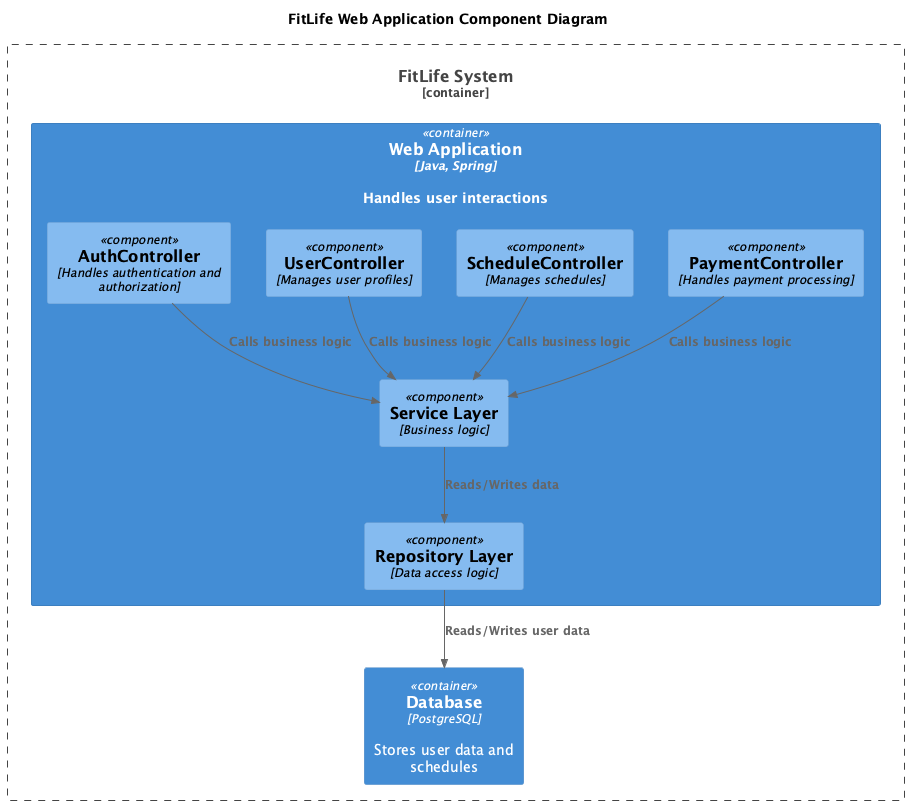
Earlier version of the PlantUML export diagrams/component/FitLife_Component_WebApp.png (olegkudrin/c4-demo). Its diagram source:
```plantuml
@startuml FitLife_Component_WebApp
title FitLife Web Application Component Diagram

top to bottom direction

!include https://raw.githubusercontent.com/RicardoNiepel/C4-PlantUML/master/C4_Component.puml

Container_Boundary(FitLifeSystem, "FitLife System") {
  Container(WebApp, "Web Application", "Java, Spring", "Handles user interactions")
  Container(Database, "Database", "PostgreSQL", "Stores user data and schedules")
}

Container(WebApp, "Web Application", "Java, Spring") {
  Component(AuthController, "AuthController", "Handles authentication and authorization")
  Component(UserController, "UserController", "Manages user profiles")
  Component(ScheduleController, "ScheduleController", "Manages schedules")
  Component(PaymentController, "PaymentController", "Handles payment processing")
  Component(ServiceLayer, "Service Layer", "Business logic")
  Component(RepositoryLayer, "Repository Layer", "Data access logic")
}

Rel(AuthController, ServiceLayer, "Calls business logic")
Rel(UserController, ServiceLayer, "Calls business logic")
Rel(ScheduleController, ServiceLayer, "Calls business logic")
Rel(PaymentController, ServiceLayer, "Calls business logic")
Rel(ServiceLayer, RepositoryLayer, "Reads/Writes data")
Rel(RepositoryLayer, Database, "Reads/Writes user data")

@enduml
```
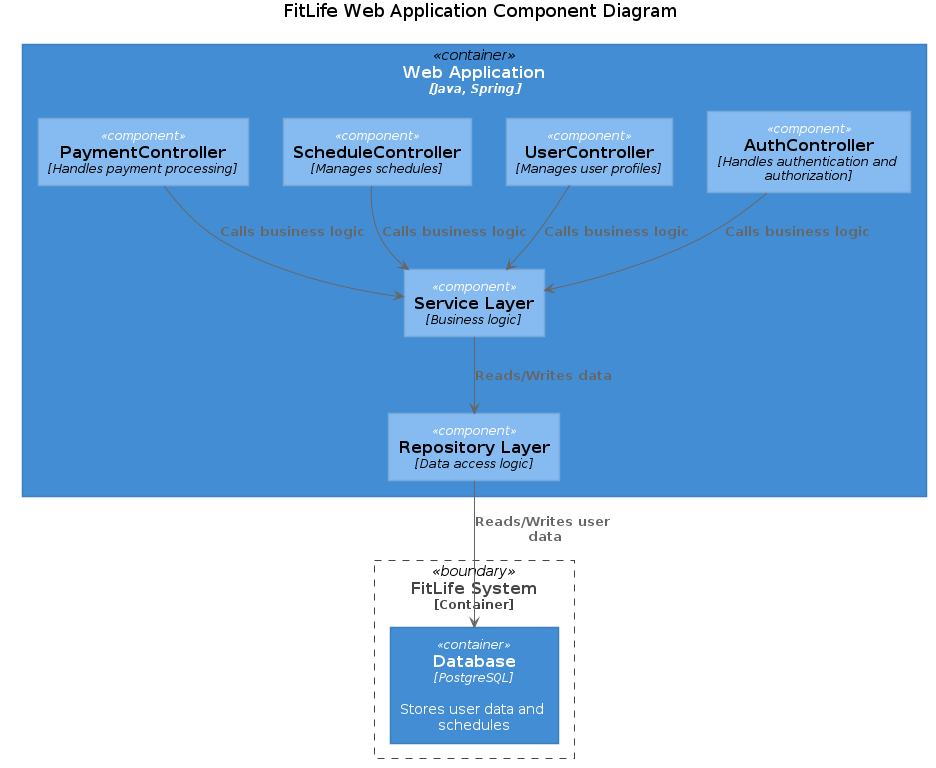
After the commit.

The edit, as a diff of the source:
```diff
@@ -3,27 +3,181 @@
 
 top to bottom direction
 
-!include https://raw.githubusercontent.com/RicardoNiepel/C4-PlantUML/master/C4_Component.puml
 
-Container_Boundary(FitLifeSystem, "FitLife System") {
-  Container(WebApp, "Web Application", "Java, Spring", "Handles user interactions")
-  Container(Database, "Database", "PostgreSQL", "Stores user data and schedules")
+
+
+
+
+skinparam defaultTextAlignment center
+
+skinparam wrapWidth 200
+skinparam maxMessageSize 150
+
+skinparam rectangle {
+    StereotypeFontSize 12
+    shadowing false
 }
 
-Container(WebApp, "Web Application", "Java, Spring") {
-  Component(AuthController, "AuthController", "Handles authentication and authorization")
-  Component(UserController, "UserController", "Manages user profiles")
-  Component(ScheduleController, "ScheduleController", "Manages schedules")
-  Component(PaymentController, "PaymentController", "Handles payment processing")
-  Component(ServiceLayer, "Service Layer", "Business logic")
-  Component(RepositoryLayer, "Repository Layer", "Data access logic")
+skinparam database {
+    StereotypeFontSize 12
+    shadowing false
 }
 
-Rel(AuthController, ServiceLayer, "Calls business logic")
-Rel(UserController, ServiceLayer, "Calls business logic")
-Rel(ScheduleController, ServiceLayer, "Calls business logic")
-Rel(PaymentController, ServiceLayer, "Calls business logic")
-Rel(ServiceLayer, RepositoryLayer, "Reads/Writes data")
-Rel(RepositoryLayer, Database, "Reads/Writes user data")
+skinparam Arrow {
+    Color #666666
+    FontColor #666666
+    FontSize 12
+}
+
+skinparam rectangle<<boundary>> {
+    Shadowing false
+    StereotypeFontSize 0
+    FontColor #444444
+    BorderColor #444444
+    BorderStyle dashed
+}
+
+
+
+
+
+
+
+
+
+
+
+
+
+
+
+
+
+
+
+
+
+
+skinparam rectangle<<person>> {
+    StereotypeFontColor #FFFFFF
+    FontColor #FFFFFF
+    BackgroundColor #08427B
+    BorderColor #073B6F
+}
+
+skinparam rectangle<<external_person>> {
+    StereotypeFontColor #FFFFFF
+    FontColor #FFFFFF
+    BackgroundColor #686868
+    BorderColor #8A8A8A
+}
+
+skinparam rectangle<<system>> {
+    StereotypeFontColor #FFFFFF
+    FontColor #FFFFFF
+    BackgroundColor #1168BD
+    BorderColor #3C7FC0
+}
+
+skinparam rectangle<<external_system>> {
+    StereotypeFontColor #FFFFFF
+    FontColor #FFFFFF
+    BackgroundColor #999999
+    BorderColor #8A8A8A
+}
+
+skinparam database<<system>> {
+    StereotypeFontColor #FFFFFF
+    FontColor #FFFFFF
+    BackgroundColor #1168BD
+    BorderColor #3C7FC0
+}
+
+skinparam database<<external_system>> {
+    StereotypeFontColor #FFFFFF
+    FontColor #FFFFFF
+    BackgroundColor #999999
+    BorderColor #8A8A8A
+}
+
+
+
+
+
+
+
+
+
+
+
+
+
+
+
+
+skinparam rectangle<<container>> {
+    StereotypeFontColor #FFFFFF
+    FontColor #FFFFFF
+    BackgroundColor #438DD5
+    BorderColor #3C7FC0
+}
+
+skinparam database<<container>> {
+    StereotypeFontColor #FFFFFF
+    FontColor #FFFFFF
+    BackgroundColor #438DD5
+    BorderColor #3C7FC0
+}
+
+
+
+
+
+
+
+
+
+
+
+
+skinparam rectangle<<component>> {
+    StereotypeFontColor #FFFFFF
+    FontColor #000000
+    BackgroundColor #85BBF0
+    BorderColor #78A8D8
+}
+
+skinparam database<<component>> {
+    StereotypeFontColor #FFFFFF
+    FontColor #000000
+    BackgroundColor #85BBF0
+    BorderColor #78A8D8
+}
+
+
+
+
+
+
+rectangle "==FitLife System\n<size:12>[Container]</size>" <<boundary>> as FitLifeSystem {
+  rectangle "==Web Application\n//<size:12>[Java, Spring]</size>//\n\n Handles user interactions" <<container>> as WebApp
+  rectangle "==Database\n//<size:12>[PostgreSQL]</size>//\n\n Stores user data and schedules" <<container>> as Database
+}
+
+rectangle "==Web Application\n//<size:12>[Java, Spring]</size>//" <<container>> as WebApp {
+  rectangle "==AuthController\n//<size:12>[Handles authentication and authorization]</size>//" <<component>> as AuthController
+  rectangle "==UserController\n//<size:12>[Manages user profiles]</size>//" <<component>> as UserController
+  rectangle "==ScheduleController\n//<size:12>[Manages schedules]</size>//" <<component>> as ScheduleController
+  rectangle "==PaymentController\n//<size:12>[Handles payment processing]</size>//" <<component>> as PaymentController
+  rectangle "==Service Layer\n//<size:12>[Business logic]</size>//" <<component>> as ServiceLayer
+  rectangle "==Repository Layer\n//<size:12>[Data access logic]</size>//" <<component>> as RepositoryLayer
+}
+
+AuthController --> ServiceLayer : "===Calls business logic"
+UserController --> ServiceLayer : "===Calls business logic"
+ScheduleController --> ServiceLayer : "===Calls business logic"
+PaymentController --> ServiceLayer : "===Calls business logic"
+ServiceLayer --> RepositoryLayer : "===Reads/Writes data"
+RepositoryLayer --> Database : "===Reads/Writes user data"
 
 @enduml
```
